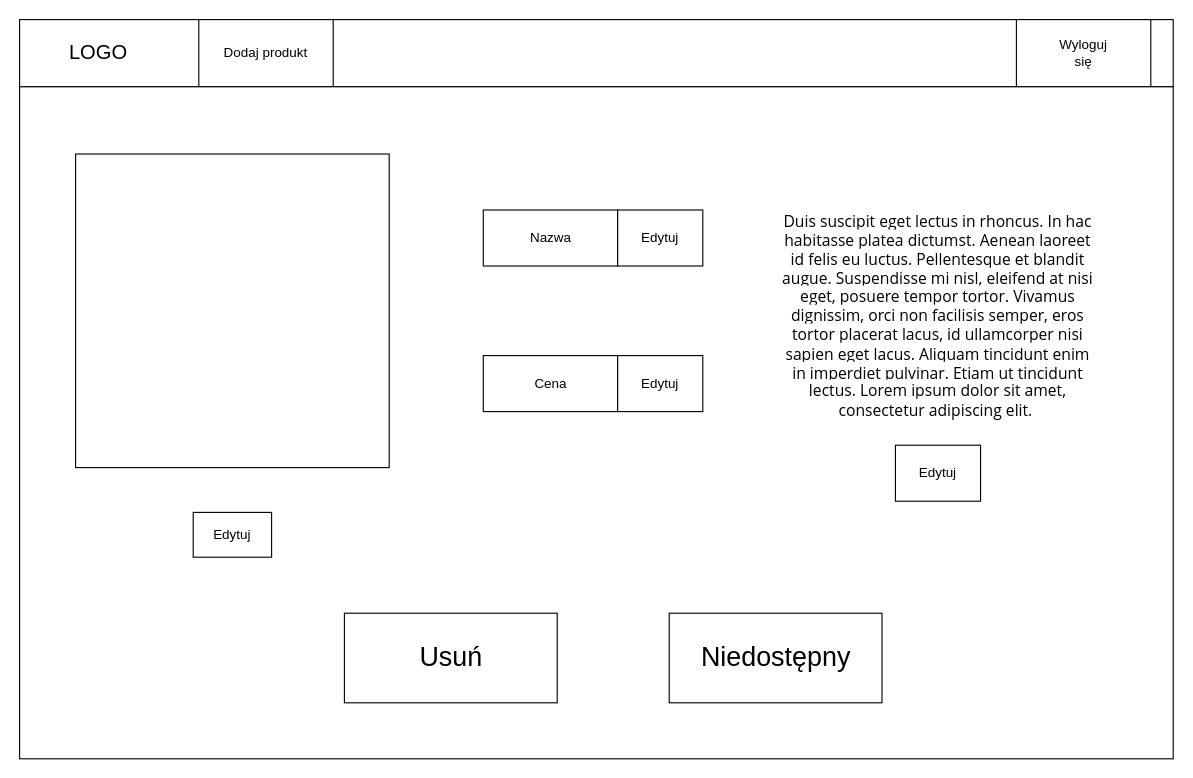
Tarik-Alaiwi-dev/PSI-Docs keeps this draw.io diagram as 7/koordynator/edytowanie_produktu_koordynator.drawio. Above is the earlier version. Source tidied: cells renumbered, new cells numbered last; positions are measured from the earlier drawing's top-left corner, leaving out a move shared by most shapes. Both pictures are drawn from the tidied source at 112%, with x=0, y=0 at pixel (19, 19).
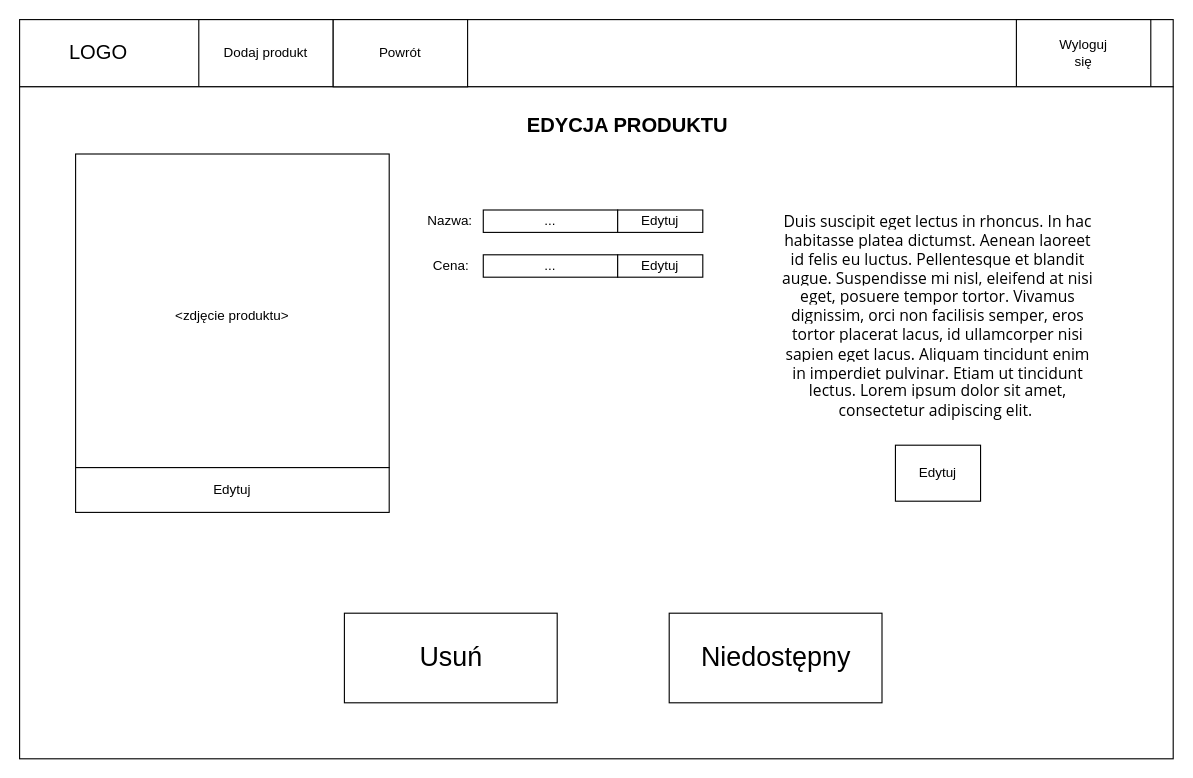
Above is the later version.

Change to the diagram source:
```diff
@@
-    <mxCell id="10" style="rounded=0;whiteSpace=wrap;html=1;" parent="1" vertex="1">
-      <mxGeometry x="414" y="300" width="120" height="50" as="geometry" />
+    <mxCell id="10" value="..." style="rounded=0;whiteSpace=wrap;html=1;" parent="1" vertex="1">
+      <mxGeometry x="414" y="210" width="120" height="20" as="geometry" />
     </mxCell>
-    <mxCell id="11" value="Cena" style="text;html=1;align=center;verticalAlign=middle;strokeColor=none;fillColor=none;" parent="1" vertex="1">
-      <mxGeometry x="449" y="310" width="50" height="30" as="geometry" />
+    <mxCell id="11" value="Cena:" style="text;html=1;align=center;verticalAlign=middle;strokeColor=none;fillColor=none;" parent="1" vertex="1">
+      <mxGeometry x="355" y="205" width="60" height="30" as="geometry" />
     </mxCell>
@@
     <mxCell id="13" style="rounded=0;whiteSpace=wrap;html=1;" parent="1" vertex="1">
-      <mxGeometry x="155" y="440" width="70" height="40" as="geometry" />
+      <mxGeometry x="50" y="400" width="280" height="40" as="geometry" />
     </mxCell>
     <mxCell id="14" value="Edytuj" style="text;html=1;align=center;verticalAlign=middle;whiteSpace=wrap;rounded=0;" parent="1" vertex="1">
-      <mxGeometry x="160" y="445" width="60" height="30" as="geometry" />
+      <mxGeometry x="160" y="405" width="60" height="30" as="geometry" />
     </mxCell>
     <mxCell id="15" style="rounded=0;whiteSpace=wrap;html=1;" parent="1" vertex="1">
-      <mxGeometry x="534" y="300" width="76" height="50" as="geometry" />
+      <mxGeometry x="534" y="210" width="76" height="20" as="geometry" />
     </mxCell>
     <mxCell id="16" value="Edytuj" style="text;html=1;align=center;verticalAlign=middle;whiteSpace=wrap;rounded=0;" parent="1" vertex="1">
-      <mxGeometry x="542" y="310" width="60" height="30" as="geometry" />
+      <mxGeometry x="542" y="205" width="60" height="30" as="geometry" />
     </mxCell>
-    <mxCell id="17" style="rounded=0;whiteSpace=wrap;html=1;" parent="1" vertex="1">
-      <mxGeometry x="414" y="170" width="120" height="50" as="geometry" />
+    <mxCell id="17" value="..." style="rounded=0;whiteSpace=wrap;html=1;" parent="1" vertex="1">
+      <mxGeometry x="414" y="170" width="120" height="20" as="geometry" />
     </mxCell>
-    <mxCell id="18" value="Nazwa" style="text;html=1;align=center;verticalAlign=middle;strokeColor=none;fillColor=none;" parent="1" vertex="1">
-      <mxGeometry x="444" y="180" width="60" height="30" as="geometry" />
+    <mxCell id="18" value="Nazwa:" style="text;html=1;align=center;verticalAlign=middle;strokeColor=none;fillColor=none;" parent="1" vertex="1">
+      <mxGeometry x="354" y="165" width="60" height="30" as="geometry" />
     </mxCell>
     <mxCell id="19" style="rounded=0;whiteSpace=wrap;html=1;" parent="1" vertex="1">
-      <mxGeometry x="534" y="170" width="76" height="50" as="geometry" />
+      <mxGeometry x="534" y="170" width="76" height="20" as="geometry" />
     </mxCell>
     <mxCell id="20" value="Edytuj" style="text;html=1;align=center;verticalAlign=middle;whiteSpace=wrap;rounded=0;" parent="1" vertex="1">
-      <mxGeometry x="542" y="180" width="60" height="30" as="geometry" />
+      <mxGeometry x="542" y="170" width="60" height="20" as="geometry" />
     </mxCell>
@@
+    <mxCell id="27" value="&lt;b&gt;&lt;font style=&quot;font-size: 18px;&quot;&gt;EDYCJA PRODUKTU&lt;/font&gt;&lt;/b&gt;" style="text;html=1;align=center;verticalAlign=middle;whiteSpace=wrap;rounded=0;" parent="1" vertex="1">
+      <mxGeometry x="390" y="80" width="306" height="30" as="geometry" />
+    </mxCell>
+    <mxCell id="28" value="&amp;lt;zdjęcie produktu&amp;gt;" style="text;html=1;align=center;verticalAlign=middle;whiteSpace=wrap;rounded=0;" parent="1" vertex="1">
+      <mxGeometry x="130" y="250" width="120" height="30" as="geometry" />
+    </mxCell>
+    <mxCell id="29" style="rounded=0;whiteSpace=wrap;html=1;" parent="1" vertex="1">
+      <mxGeometry x="280" width="120" height="60" as="geometry" />
+    </mxCell>
+    <mxCell id="30" value="Powrót" style="text;html=1;align=center;verticalAlign=middle;whiteSpace=wrap;rounded=0;" parent="1" vertex="1">
+      <mxGeometry x="290" y="15" width="100" height="30" as="geometry" />
+    </mxCell>
```
